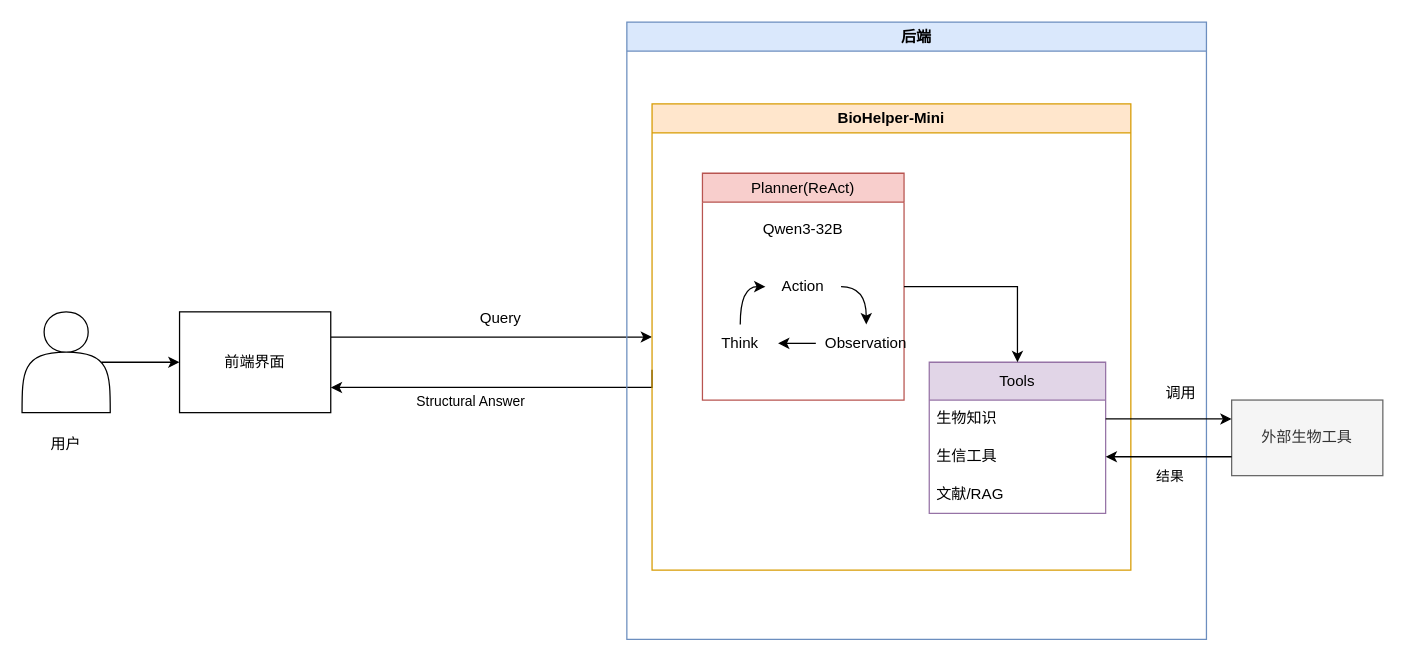
Before: directory/BioHelper-Mini.drawio in lllwwwooo/draw.io, a draw.io diagram. Source tidied: cells renumbered, new cells numbered last; positions are measured from the earlier drawing's top-left corner, leaving out a move shared by most shapes. Both pictures are drawn from the tidied source at 126%, with x=0, y=0 at pixel (21, 21).
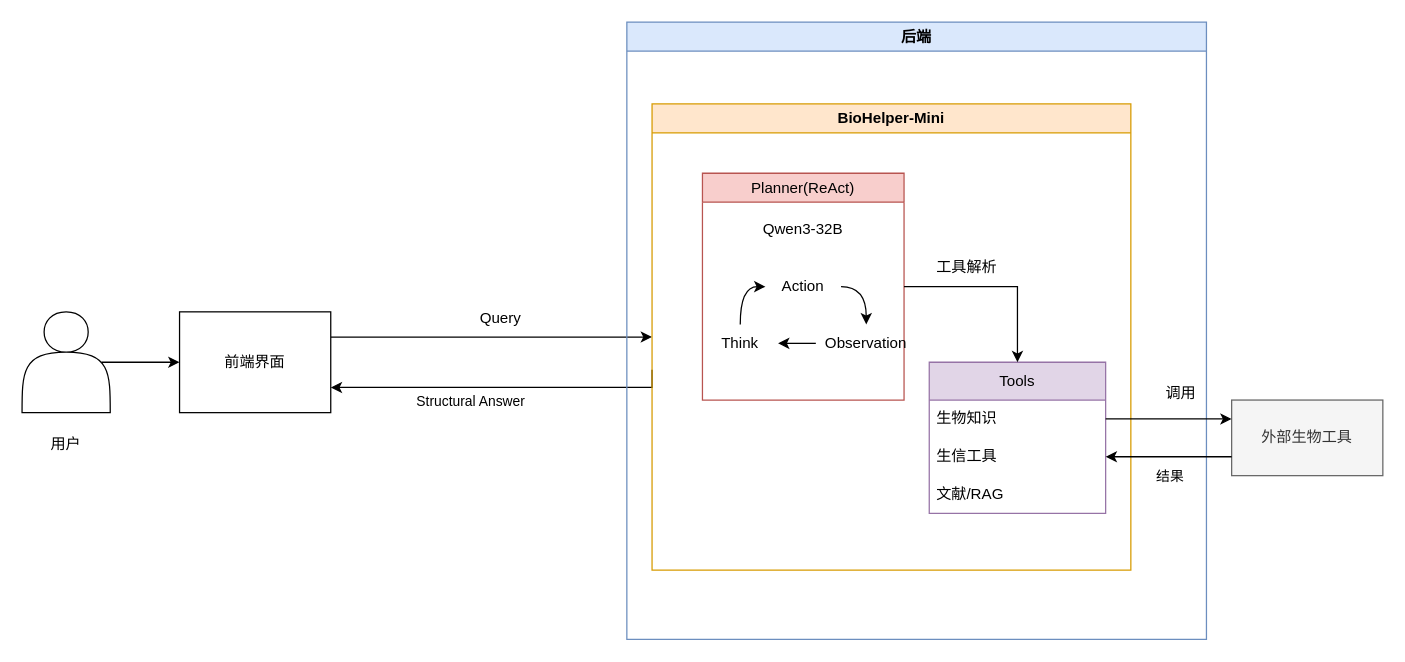
After the change.

What changed in the source:
```diff
@@
+    <mxCell id="30" value="工具解析" style="text;html=1;whiteSpace=wrap;strokeColor=none;fillColor=none;align=center;verticalAlign=middle;rounded=0;" parent="1" vertex="1">
+      <mxGeometry x="720" y="180" width="60" height="30" as="geometry" />
+    </mxCell>
```
